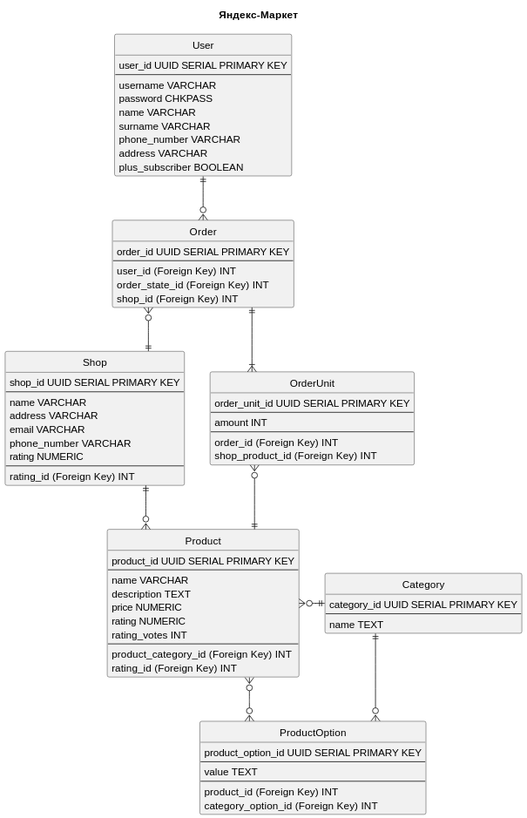
Earlier version of the PlantUML export images/Lab-1.svg (Telecaster525/DB-Design-ITMO).
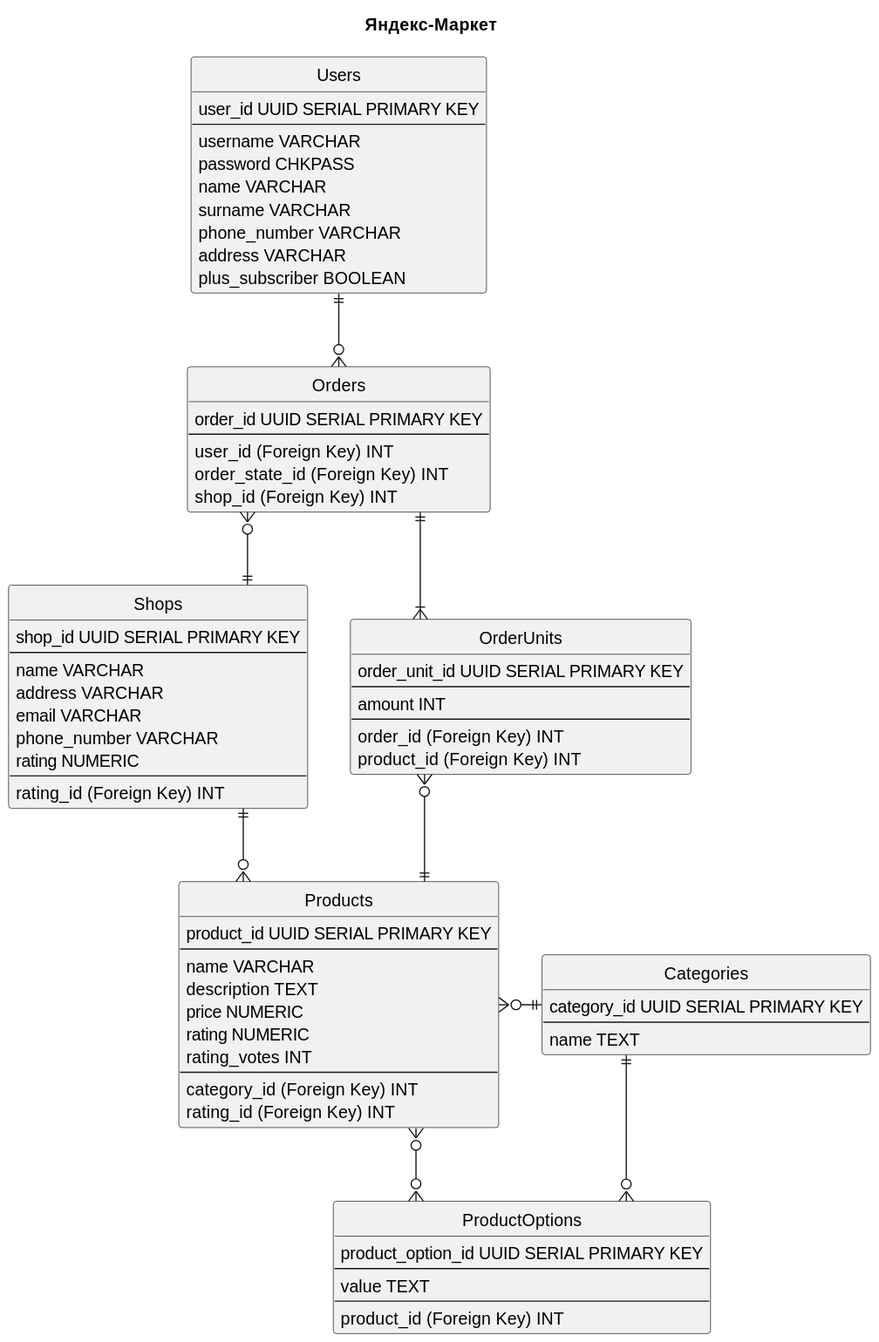
After the change.

The edit, as a diff of the source:
```diff
@@ -4,7 +4,7 @@
 hide circle
 skinparam linetype ortho
 
-entity User {
+entity Users {
     user_id UUID SERIAL PRIMARY KEY
     --
     username VARCHAR
@@ -16,7 +16,7 @@
     plus_subscriber BOOLEAN
 }
 
-entity Order {
+entity Orders {
     order_id UUID SERIAL PRIMARY KEY
     --
     user_id (Foreign Key) INT
@@ -24,7 +24,7 @@
     shop_id (Foreign Key) INT
 }
 
-entity Shop {
+entity Shops {
     shop_id UUID SERIAL PRIMARY KEY
     --
     name VARCHAR
@@ -36,16 +36,16 @@
     rating_id (Foreign Key) INT
 }
 
-entity OrderUnit {
+entity OrderUnits {
     order_unit_id UUID SERIAL PRIMARY KEY
     --
     amount INT
     --
     order_id (Foreign Key) INT
-    shop_product_id (Foreign Key) INT
+    product_id (Foreign Key) INT
 }
 
-entity Product {
+entity Products {
     product_id UUID SERIAL PRIMARY KEY
     --
     name VARCHAR
@@ -54,32 +54,30 @@
     rating NUMERIC
     rating_votes INT
     --
-    product_category_id (Foreign Key) INT
+    category_id (Foreign Key) INT
     rating_id (Foreign Key) INT
 }
 
-entity Category {
+entity Categories {
     category_id UUID SERIAL PRIMARY KEY
     --
     name TEXT
 }
 
-entity ProductOption {
+entity ProductOptions {
     product_option_id UUID SERIAL PRIMARY KEY
     --
     value TEXT
     --
     product_id (Foreign Key) INT
-    category_option_id (Foreign Key) INT
 }
 
-
-Product }o-right-|| Category
-Category ||--o{ ProductOption
-ProductOption }o--o{ Product
-Shop ||--o{ Product
-Order }o--|| Shop
-Order }o-up-|| User
-OrderUnit }|-up-|| Order
-OrderUnit }o--|| Product
+Products }o-right-|| Categories
+Categories ||--o{ ProductOptions
+ProductOptions }o--o{ Products
+Shops ||--o{ Products
+Orders }o--|| Shops
+Orders }o-up-|| Users
+OrderUnits }|-up-|| Orders
+OrderUnits }o--|| Products
 @enduml
```
